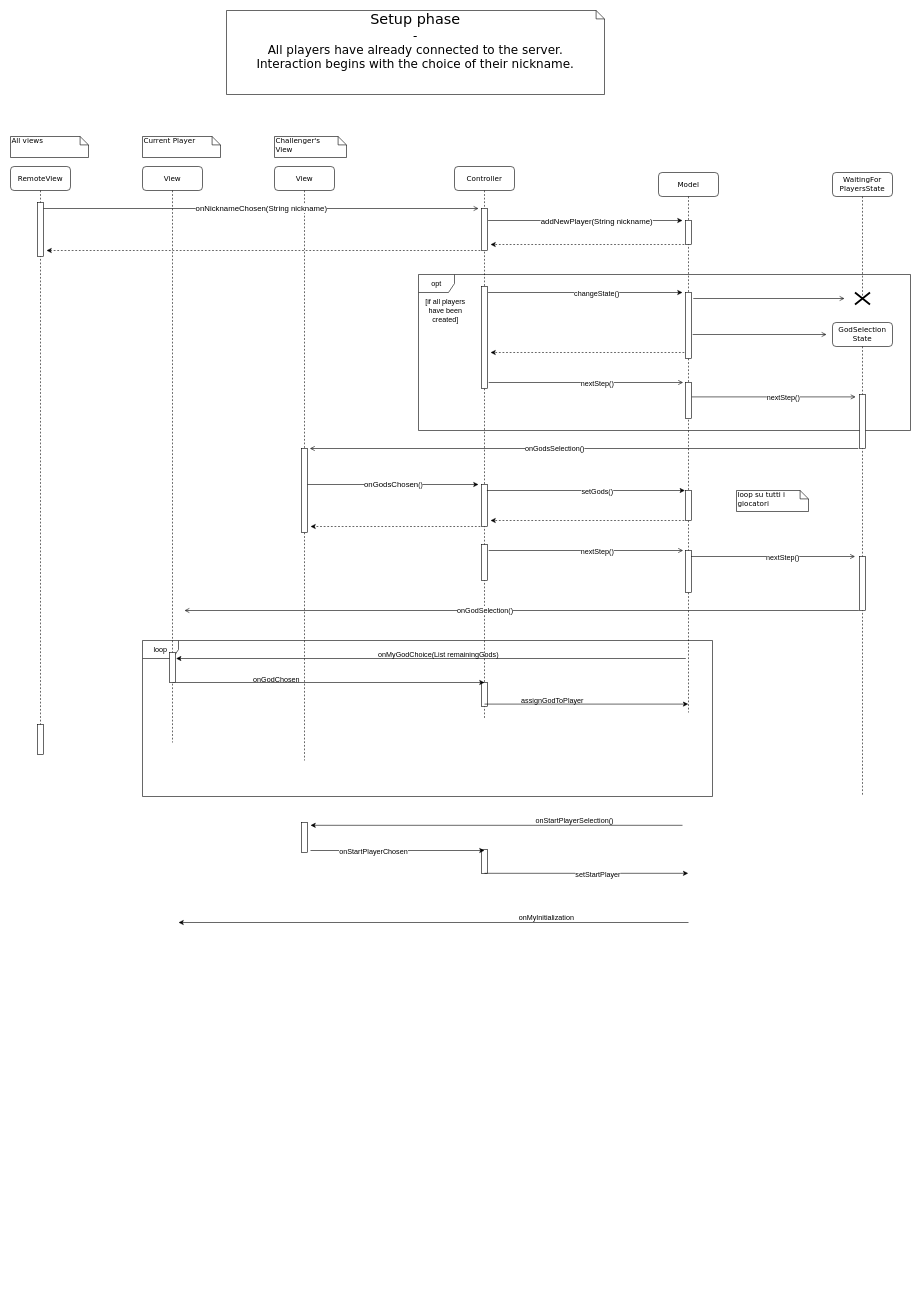
massitaverna/ing-sw-2020-taverna-sorrentino-stagnoli keeps this draw.io diagram as Sequence Diagram -  setup.drawio. Above is the earlier version. Source tidied: cells renumbered, new cells numbered last; positions are measured from the earlier drawing's top-left corner, leaving out a move shared by most shapes. Both pictures are drawn from the tidied source at 60%, with x=0, y=0 at pixel (10, 10).
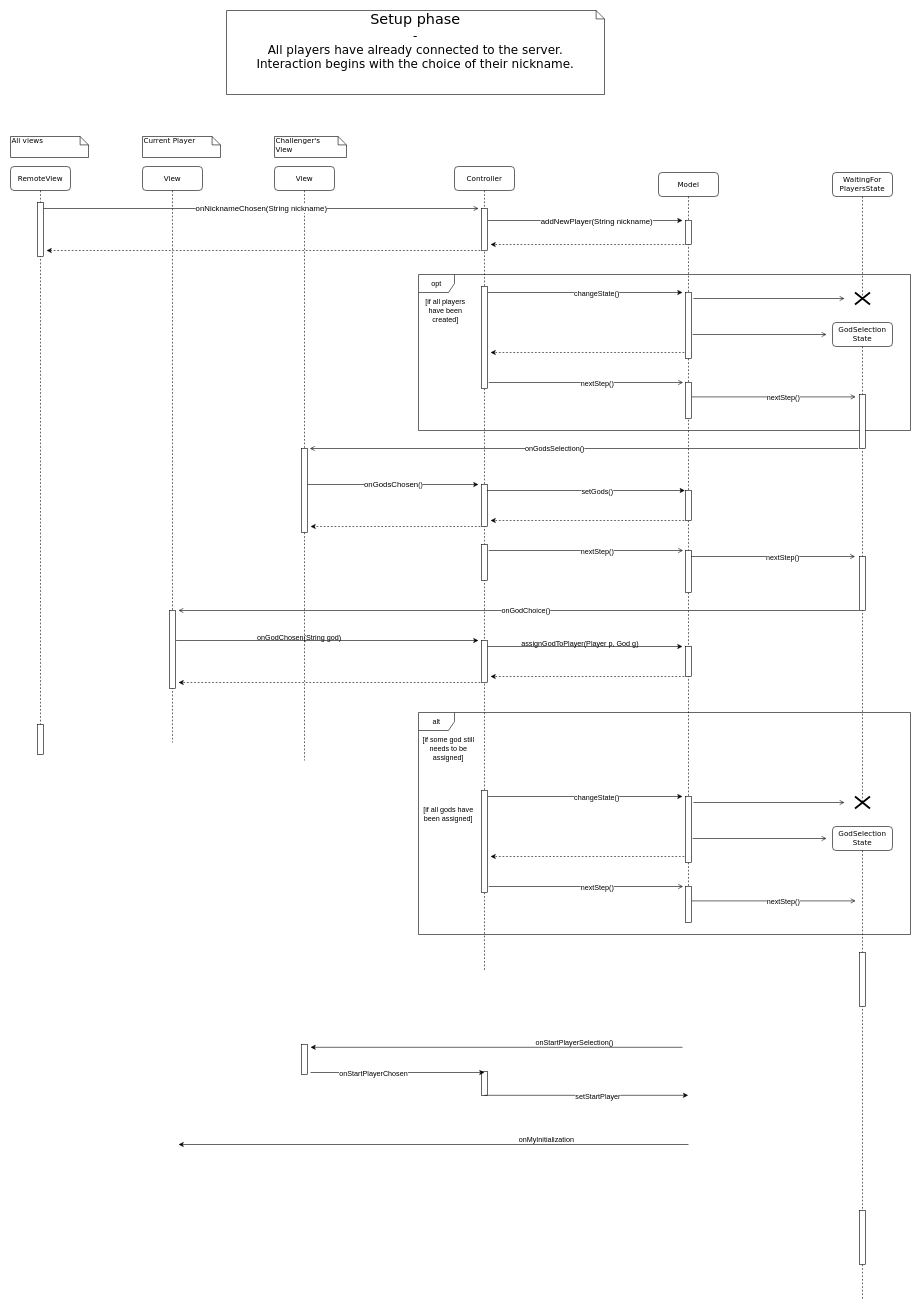
After the change.

Unchanged cells that the change refers to:
```xml
<mxCell id="42" value="View" style="shape=umlLifeline;perimeter=lifelinePerimeter;whiteSpace=wrap;html=1;rounded=1;shadow=0;comic=0;labelBackgroundColor=none;strokeWidth=1;fontFamily=Verdana;fontSize=12;align=center;" parent="1" vertex="1">
  <mxGeometry x="220" y="260" width="100" height="960" as="geometry" />
</mxCell>
```

Diff of the diagram source:
```diff
@@
-    <mxCell id="3" value="loop" style="shape=umlFrame;whiteSpace=wrap;html=1;" parent="1" vertex="1">
-      <mxGeometry x="220" y="1050" width="950" height="260" as="geometry" />
-    </mxCell>
     <mxCell id="4" value="Controller" style="shape=umlLifeline;perimeter=lifelinePerimeter;whiteSpace=wrap;html=1;rounded=1;shadow=0;comic=0;labelBackgroundColor=none;strokeWidth=1;fontFamily=Verdana;fontSize=12;align=center;" parent="1" vertex="1">
-      <mxGeometry x="740" y="260" width="100" height="920" as="geometry" />
+      <mxGeometry x="740" y="260" width="100" height="1340" as="geometry" />
     </mxCell>
@@
     <mxCell id="6" style="html=1;perimeter=orthogonalPerimeter;rounded=0;shadow=0;comic=0;labelBackgroundColor=none;strokeWidth=1;fontFamily=Verdana;fontSize=12;align=center;" parent="4" vertex="1">
-      <mxGeometry x="45" y="1138" width="10" height="40" as="geometry" />
+      <mxGeometry x="45" y="1508" width="10" height="40" as="geometry" />
     </mxCell>
     <mxCell id="7" style="html=1;perimeter=orthogonalPerimeter;rounded=0;shadow=0;comic=0;labelBackgroundColor=none;strokeWidth=1;fontFamily=Verdana;fontSize=12;align=center;" parent="4" vertex="1">
-      <mxGeometry x="45" y="860" width="10" height="40" as="geometry" />
+      <mxGeometry x="45" y="790" width="10" height="70" as="geometry" />
     </mxCell>
@@
+    <mxCell id="77" style="html=1;perimeter=orthogonalPerimeter;rounded=0;shadow=0;comic=0;labelBackgroundColor=none;strokeWidth=1;fontFamily=Verdana;fontSize=12;align=center;" parent="4" vertex="1">
+      <mxGeometry x="45" y="1040" width="10" height="170" as="geometry" />
+    </mxCell>
     <mxCell id="11" value="Model" style="shape=umlLifeline;perimeter=lifelinePerimeter;whiteSpace=wrap;html=1;rounded=1;shadow=0;comic=0;labelBackgroundColor=none;strokeWidth=1;fontFamily=Verdana;fontSize=12;align=center;" parent="1" vertex="1">
-      <mxGeometry x="1080" y="270" width="100" height="900" as="geometry" />
+      <mxGeometry x="1080" y="270" width="100" height="1250" as="geometry" />
     </mxCell>
@@
+    <mxCell id="78" style="html=1;perimeter=orthogonalPerimeter;rounded=0;shadow=0;comic=0;labelBackgroundColor=none;strokeWidth=1;fontFamily=Verdana;fontSize=12;align=center;" parent="11" vertex="1">
+      <mxGeometry x="45" y="790" width="10" height="50" as="geometry" />
+    </mxCell>
+    <mxCell id="79" style="html=1;perimeter=orthogonalPerimeter;rounded=0;shadow=0;comic=0;labelBackgroundColor=none;strokeWidth=1;fontFamily=Verdana;fontSize=12;align=center;" parent="11" vertex="1">
+      <mxGeometry x="45" y="1040" width="10" height="110" as="geometry" />
+    </mxCell>
+    <mxCell id="80" style="html=1;perimeter=orthogonalPerimeter;rounded=0;shadow=0;comic=0;labelBackgroundColor=none;strokeWidth=1;fontFamily=Verdana;fontSize=12;align=center;" parent="11" vertex="1">
+      <mxGeometry x="45" y="1190" width="10" height="60" as="geometry" />
+    </mxCell>
@@
     <mxCell id="29" style="endArrow=classic;html=1;" parent="1" edge="1">
       <mxGeometry relative="1" as="geometry">
-        <mxPoint x="500" y="1400" as="sourcePoint" />
-        <mxPoint x="790" y="1400" as="targetPoint" />
+        <mxPoint x="500" y="1770" as="sourcePoint" />
+        <mxPoint x="790" y="1770" as="targetPoint" />
       </mxGeometry>
     </mxCell>
@@
     <mxCell id="31" style="endArrow=classic;html=1;" parent="1" edge="1">
       <mxGeometry relative="1" as="geometry">
-        <mxPoint x="790" y="1438" as="sourcePoint" />
-        <mxPoint x="1129.5" y="1438" as="targetPoint" />
+        <mxPoint x="790" y="1808" as="sourcePoint" />
+        <mxPoint x="1129.5" y="1808" as="targetPoint" />
       </mxGeometry>
     </mxCell>
@@
-    <mxCell id="33" style="endArrow=classic;html=1;" parent="1" edge="1">
-      <mxGeometry relative="1" as="geometry">
-        <mxPoint x="1125.5" y="1080" as="sourcePoint" />
-        <mxPoint x="276" y="1080" as="targetPoint" />
-      </mxGeometry>
-    </mxCell>
-    <mxCell id="34" value="onMyGodChoice(List remainingGods)" style="text;html=1;align=center;verticalAlign=middle;" parent="33" vertex="1">
-      <mxGeometry x="-0.12" y="1" relative="1" as="geometry">
-        <mxPoint x="-39" y="-8" as="offset" />
-      </mxGeometry>
-    </mxCell>
     <mxCell id="35" style="endArrow=classic;html=1;" parent="1" edge="1">
       <mxGeometry relative="1" as="geometry">
-        <mxPoint x="270" y="1120" as="sourcePoint" />
-        <mxPoint x="790" y="1120" as="targetPoint" />
+        <mxPoint x="276" y="1050" as="sourcePoint" />
+        <mxPoint x="780" y="1050" as="targetPoint" />
       </mxGeometry>
     </mxCell>
-    <mxCell id="36" value="onGodChosen" style="text;html=1;align=center;verticalAlign=middle;" parent="35" vertex="1">
+    <mxCell id="36" value="onGodChosen(String god)" style="text;html=1;align=center;verticalAlign=middle;" parent="35" vertex="1">
       <mxGeometry x="-0.34" y="4" relative="1" as="geometry">
-        <mxPoint y="-2" as="offset" />
+        <mxPoint x="38" y="-2" as="offset" />
       </mxGeometry>
     </mxCell>
     <mxCell id="37" style="endArrow=classic;html=1;" parent="1" edge="1">
       <mxGeometry relative="1" as="geometry">
-        <mxPoint x="790" y="1156" as="sourcePoint" />
-        <mxPoint x="1129.5" y="1156" as="targetPoint" />
+        <mxPoint x="795" y="1060" as="sourcePoint" />
+        <mxPoint x="1120" y="1060" as="targetPoint" />
       </mxGeometry>
     </mxCell>
-    <mxCell id="38" value="assignGodToPlayer" style="text;html=1;align=center;verticalAlign=middle;" parent="37" vertex="1">
+    <mxCell id="38" value="assignGodToPlayer(Player p, God g)" style="text;html=1;align=center;verticalAlign=middle;" parent="37" vertex="1">
       <mxGeometry x="-0.34" y="4" relative="1" as="geometry">
-        <mxPoint y="-2" as="offset" />
+        <mxPoint x="46" y="-2" as="offset" />
       </mxGeometry>
     </mxCell>
     <mxCell id="39" style="html=1;perimeter=orthogonalPerimeter;rounded=0;shadow=0;comic=0;labelBackgroundColor=none;strokeWidth=1;fontFamily=Verdana;fontSize=12;align=center;" parent="1" vertex="1">
-      <mxGeometry x="485" y="1353" width="10" height="50" as="geometry" />
+      <mxGeometry x="485" y="1723" width="10" height="50" as="geometry" />
     </mxCell>
     <mxCell id="40" style="endArrow=classic;html=1;" parent="1" edge="1">
       <mxGeometry relative="1" as="geometry">
-        <mxPoint x="1120" y="1358" as="sourcePoint" />
-        <mxPoint x="500" y="1358" as="targetPoint" />
+        <mxPoint x="1120" y="1728" as="sourcePoint" />
+        <mxPoint x="500" y="1728" as="targetPoint" />
       </mxGeometry>
     </mxCell>
@@
     <mxCell id="43" style="html=1;perimeter=orthogonalPerimeter;rounded=0;shadow=0;comic=0;labelBackgroundColor=none;strokeWidth=1;fontFamily=Verdana;fontSize=12;align=center;" parent="42" vertex="1">
-      <mxGeometry x="45" y="810" width="10" height="50" as="geometry" />
+      <mxGeometry x="45" y="740" width="10" height="130" as="geometry" />
     </mxCell>
@@
-    <mxCell id="45" value="loop su tutti i giocatori" style="shape=note;whiteSpace=wrap;html=1;size=14;verticalAlign=top;align=left;spacingTop=-6;rounded=0;shadow=0;comic=0;labelBackgroundColor=none;strokeWidth=1;fontFamily=Verdana;fontSize=12;" parent="1" vertex="1">
-      <mxGeometry x="1210" y="800" width="120" height="35" as="geometry" />
-    </mxCell>
     <mxCell id="46" style="endArrow=classic;html=1;" parent="1" edge="1">
       <mxGeometry relative="1" as="geometry">
-        <mxPoint x="1130" y="1520" as="sourcePoint" />
-        <mxPoint x="280" y="1520" as="targetPoint" />
+        <mxPoint x="1130" y="1890" as="sourcePoint" />
+        <mxPoint x="280" y="1890" as="targetPoint" />
       </mxGeometry>
     </mxCell>
@@
     <mxCell id="53" value="&lt;div&gt;GodSelection&lt;/div&gt;&lt;div&gt;State&lt;br&gt;&lt;/div&gt;" style="shape=umlLifeline;perimeter=lifelinePerimeter;whiteSpace=wrap;html=1;rounded=1;shadow=0;comic=0;labelBackgroundColor=none;strokeWidth=1;fontFamily=Verdana;fontSize=12;align=center;" parent="1" vertex="1">
-      <mxGeometry x="1370" y="520" width="100" height="790" as="geometry" />
+      <mxGeometry x="1370" y="520" width="100" height="800" as="geometry" />
     </mxCell>
@@
     <mxCell id="75" style="endArrow=open;html=1;endFill=0;" parent="1" edge="1">
       <mxGeometry relative="1" as="geometry">
         <mxPoint x="1414" y="1000" as="sourcePoint" />
-        <mxPoint x="290" y="1000" as="targetPoint" />
+        <mxPoint x="280" y="1000" as="targetPoint" />
       </mxGeometry>
     </mxCell>
-    <mxCell id="76" value="onGodSelection()" style="text;html=1;align=center;verticalAlign=middle;labelBackgroundColor=#ffffff;" parent="75" vertex="1">
-      <mxGeometry x="0.11" y="-1" relative="1" as="geometry" />
+    <mxCell id="76" value="onGodChoice()" style="text;html=1;align=center;verticalAlign=middle;labelBackgroundColor=#ffffff;" parent="75" vertex="1">
+      <mxGeometry x="0.11" y="-1" relative="1" as="geometry">
+        <mxPoint x="74" as="offset" />
+      </mxGeometry>
     </mxCell>
+    <mxCell id="81" style="endArrow=classic;html=1;dashed=1;" parent="1" edge="1">
+      <mxGeometry relative="1" as="geometry">
+        <mxPoint x="1123" y="1110" as="sourcePoint" />
+        <mxPoint x="800" y="1110" as="targetPoint" />
+      </mxGeometry>
+    </mxCell>
+    <mxCell id="82" style="endArrow=classic;html=1;dashed=1;" parent="1" edge="1">
+      <mxGeometry relative="1" as="geometry">
+        <mxPoint x="783" y="1120" as="sourcePoint" />
+        <mxPoint x="280" y="1120" as="targetPoint" />
+      </mxGeometry>
+    </mxCell>
+    <mxCell id="83" value="alt" style="shape=umlFrame;whiteSpace=wrap;html=1;" parent="1" vertex="1">
+      <mxGeometry x="680" y="1170" width="820" height="370" as="geometry" />
+    </mxCell>
+    <mxCell id="84" style="endArrow=open;html=1;endFill=0;" parent="1" edge="1">
+      <mxGeometry relative="1" as="geometry">
+        <mxPoint x="797" y="1460" as="sourcePoint" />
+        <mxPoint x="1121" y="1460" as="targetPoint" />
+      </mxGeometry>
+    </mxCell>
+    <mxCell id="85" value="nextStep()" style="text;html=1;align=center;verticalAlign=middle;labelBackgroundColor=#ffffff;" parent="84" vertex="1">
+      <mxGeometry x="0.11" y="-1" relative="1" as="geometry" />
+    </mxCell>
+    <mxCell id="86" style="endArrow=classic;html=1;dashed=1;" parent="1" edge="1">
+      <mxGeometry relative="1" as="geometry">
+        <mxPoint x="1123" y="1410" as="sourcePoint" />
+        <mxPoint x="800" y="1410" as="targetPoint" />
+      </mxGeometry>
+    </mxCell>
+    <mxCell id="87" style="endArrow=classic;html=1;" parent="1" edge="1">
+      <mxGeometry relative="1" as="geometry">
+        <mxPoint x="796" y="1310" as="sourcePoint" />
+        <mxPoint x="1120" y="1310" as="targetPoint" />
+      </mxGeometry>
+    </mxCell>
+    <mxCell id="88" value="changeState()" style="text;html=1;align=center;verticalAlign=middle;labelBackgroundColor=#ffffff;" parent="87" vertex="1">
+      <mxGeometry x="0.11" y="-1" relative="1" as="geometry" />
+    </mxCell>
+    <mxCell id="89" style="endArrow=open;html=1;endFill=0;" parent="1" edge="1">
+      <mxGeometry relative="1" as="geometry">
+        <mxPoint x="1135.5" y="1484" as="sourcePoint" />
+        <mxPoint x="1408.5" y="1484" as="targetPoint" />
+      </mxGeometry>
+    </mxCell>
+    <mxCell id="90" value="nextStep()" style="text;html=1;align=center;verticalAlign=middle;labelBackgroundColor=#ffffff;" parent="89" vertex="1">
+      <mxGeometry x="0.11" y="-1" relative="1" as="geometry" />
+    </mxCell>
+    <mxCell id="91" style="endArrow=open;html=1;endFill=0;" parent="1" edge="1">
+      <mxGeometry relative="1" as="geometry">
+        <mxPoint x="1137" y="1380" as="sourcePoint" />
+        <mxPoint x="1360" y="1380" as="targetPoint" />
+      </mxGeometry>
+    </mxCell>
+    <mxCell id="92" style="endArrow=open;html=1;endFill=0;" parent="1" edge="1">
+      <mxGeometry relative="1" as="geometry">
+        <mxPoint x="1138" y="1320" as="sourcePoint" />
+        <mxPoint x="1390" y="1320" as="targetPoint" />
+      </mxGeometry>
+    </mxCell>
+    <mxCell id="93" value="&lt;div&gt;GodSelection&lt;/div&gt;&lt;div&gt;State&lt;br&gt;&lt;/div&gt;" style="shape=umlLifeline;perimeter=lifelinePerimeter;whiteSpace=wrap;html=1;rounded=1;shadow=0;comic=0;labelBackgroundColor=none;strokeWidth=1;fontFamily=Verdana;fontSize=12;align=center;" parent="1" vertex="1">
+      <mxGeometry x="1370" y="1360" width="100" height="790" as="geometry" />
+    </mxCell>
+    <mxCell id="94" style="html=1;perimeter=orthogonalPerimeter;rounded=0;shadow=0;comic=0;labelBackgroundColor=none;strokeWidth=1;fontFamily=Verdana;fontSize=12;align=center;" parent="93" vertex="1">
+      <mxGeometry x="45" y="210" width="10" height="90" as="geometry" />
+    </mxCell>
+    <mxCell id="95" style="html=1;perimeter=orthogonalPerimeter;rounded=0;shadow=0;comic=0;labelBackgroundColor=none;strokeWidth=1;fontFamily=Verdana;fontSize=12;align=center;" parent="93" vertex="1">
+      <mxGeometry x="45" y="640" width="10" height="90" as="geometry" />
+    </mxCell>
+    <mxCell id="96" value="[if all gods have been assigned]" style="text;html=1;strokeColor=none;fillColor=none;align=center;verticalAlign=middle;whiteSpace=wrap;rounded=0;" parent="1" vertex="1">
+      <mxGeometry x="685" y="1330" width="90" height="20" as="geometry" />
+    </mxCell>
+    <mxCell id="97" style="shape=umlDestroy;whiteSpace=wrap;html=1;strokeWidth=3;" parent="1" vertex="1">
+      <mxGeometry x="1407.5" y="1310" width="25" height="20" as="geometry" />
+    </mxCell>
+    <mxCell id="98" value="[if some god still needs to be assigned]" style="text;html=1;strokeColor=none;fillColor=none;align=center;verticalAlign=middle;whiteSpace=wrap;rounded=0;" parent="1" vertex="1">
+      <mxGeometry x="685" y="1220" width="90" height="20" as="geometry" />
+    </mxCell>
```
